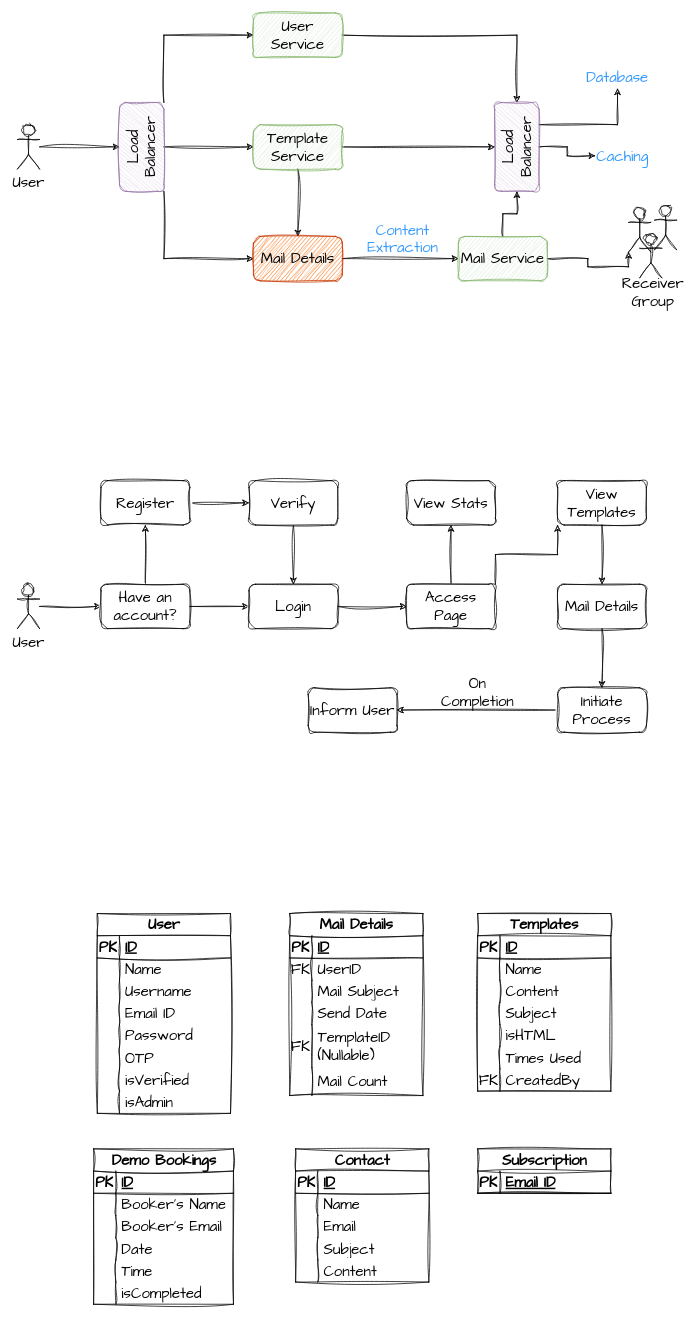
Above: design assets/Mail Flock.drawio in gagan-gv/mail-flock (draw.io), before the change. Source tidied: cells renumbered, new cells numbered last; positions are measured from the earlier drawing's top-left corner, leaving out a move shared by most shapes. Both pictures are drawn from the tidied source at 74%, with x=0, y=0 at pixel (17, 13).
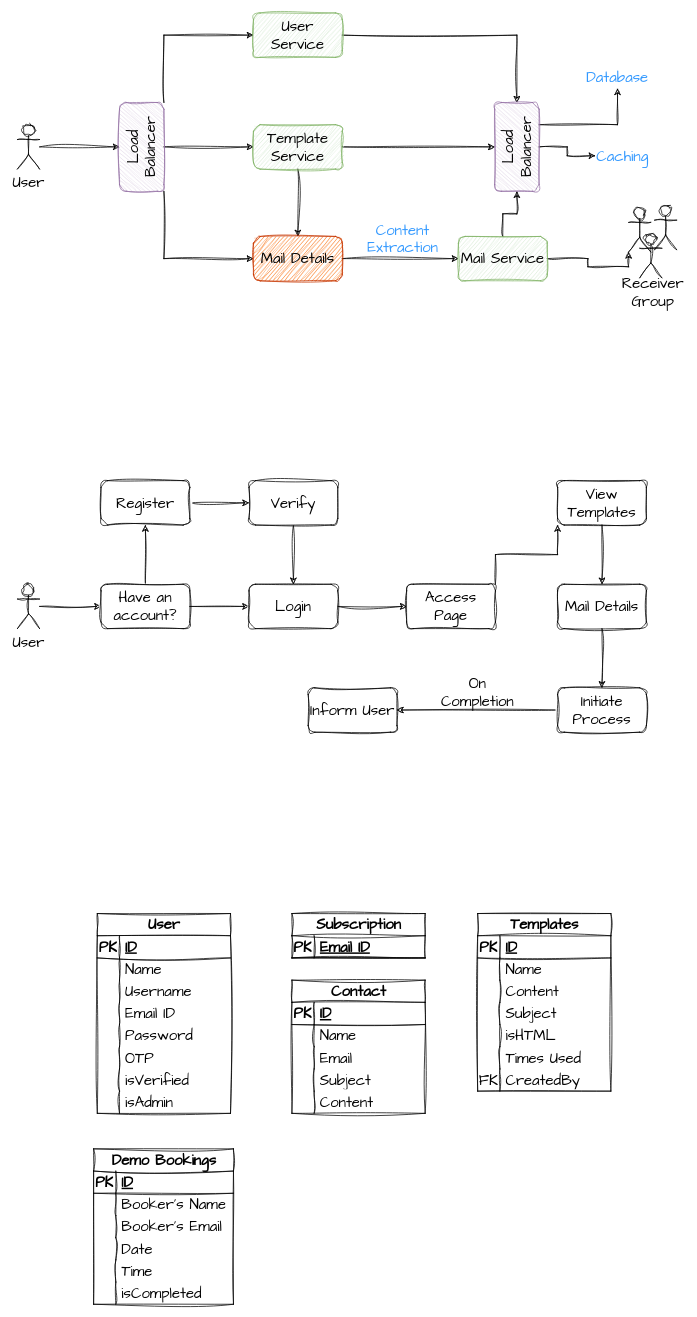
After the change.

Commit message (it also covers changes not shown here):
36. Updated design asset & endpoint details

The change refers to these unchanged cells:
```xml
<mxCell id="37" value="Access Page" style="rounded=1;whiteSpace=wrap;html=1;sketch=1;hachureGap=4;jiggle=2;curveFitting=1;fontFamily=Architects Daughter;fontSize=20;" parent="1" vertex="1">
  <mxGeometry x="526" y="772" width="120" height="60" as="geometry" />
</mxCell>
```

Change to the diagram source:
```diff
@@
-    <mxCell id="35" style="edgeStyle=orthogonalEdgeStyle;rounded=0;sketch=1;hachureGap=4;jiggle=2;curveFitting=1;jettySize=auto;html=1;fontFamily=Architects Daughter;fontSize=16;" parent="1" edge="1" source="37" target="38">
-      <mxGeometry relative="1" as="geometry" />
-    </mxCell>
@@
-    <mxCell id="38" value="View Stats" style="whiteSpace=wrap;html=1;fontSize=20;fontFamily=Architects Daughter;rounded=1;sketch=1;hachureGap=4;jiggle=2;curveFitting=1;" parent="1" vertex="1">
-      <mxGeometry x="526" y="632" width="120" height="60" as="geometry" />
-    </mxCell>
@@
-    <mxCell id="72" value="Mail Details" style="shape=table;startSize=30;childLayout=tableLayout;rowLines=0;fontStyle=1;align=center;html=1;sketch=1;hachureGap=4;jiggle=2;curveFitting=1;fontFamily=Architects Daughter;fontSize=20;" parent="1" vertex="1">
-      <mxGeometry x="368" y="1217" width="180" height="246" as="geometry" />
-    </mxCell>
-    <mxCell id="73" style="shape=tableRow;horizontal=0;startSize=0;swimlaneHead=0;swimlaneBody=0;fillColor=none;top=0;left=0;right=0;bottom=1;sketch=1;hachureGap=4;jiggle=2;curveFitting=1;fontFamily=Architects Daughter;fontSize=20;" parent="72" vertex="1">
-      <mxGeometry y="30" width="180" height="30" as="geometry" />
-    </mxCell>
-    <mxCell id="74" value="PK" style="shape=partialRectangle;fillColor=none;top=0;left=0;bottom=0;right=0;fontStyle=1;overflow=hidden;whiteSpace=wrap;html=1;sketch=1;hachureGap=4;jiggle=2;curveFitting=1;fontFamily=Architects Daughter;fontSize=20;" parent="73" vertex="1">
-      <mxGeometry width="30" height="30" as="geometry" />
-    </mxCell>
-    <mxCell id="75" value="ID" style="shape=partialRectangle;fillColor=none;top=0;left=0;bottom=0;right=0;align=left;spacingLeft=6;fontStyle=5;overflow=hidden;whiteSpace=wrap;html=1;sketch=1;hachureGap=4;jiggle=2;curveFitting=1;fontFamily=Architects Daughter;fontSize=20;" parent="73" vertex="1">
-      <mxGeometry x="30" width="150" height="30" as="geometry" />
-    </mxCell>
-    <mxCell id="76" style="shape=tableRow;horizontal=0;startSize=0;swimlaneHead=0;swimlaneBody=0;fillColor=none;top=0;left=0;right=0;bottom=0;sketch=1;hachureGap=4;jiggle=2;curveFitting=1;fontFamily=Architects Daughter;fontSize=20;" parent="72" vertex="1">
-      <mxGeometry y="60" width="180" height="30" as="geometry" />
-    </mxCell>
-    <mxCell id="77" value="FK" style="shape=partialRectangle;fillColor=none;top=0;left=0;bottom=0;right=0;overflow=hidden;whiteSpace=wrap;html=1;sketch=1;hachureGap=4;jiggle=2;curveFitting=1;fontFamily=Architects Daughter;fontSize=20;" parent="76" vertex="1">
-      <mxGeometry width="30" height="30" as="geometry" />
-    </mxCell>
-    <mxCell id="78" value="UserID" style="shape=partialRectangle;fillColor=none;top=0;left=0;bottom=0;right=0;align=left;spacingLeft=6;overflow=hidden;whiteSpace=wrap;html=1;sketch=1;hachureGap=4;jiggle=2;curveFitting=1;fontFamily=Architects Daughter;fontSize=20;" parent="76" vertex="1">
-      <mxGeometry x="30" width="150" height="30" as="geometry" />
-    </mxCell>
-    <mxCell id="79" style="shape=tableRow;horizontal=0;startSize=0;swimlaneHead=0;swimlaneBody=0;fillColor=none;top=0;left=0;right=0;bottom=0;sketch=1;hachureGap=4;jiggle=2;curveFitting=1;fontFamily=Architects Daughter;fontSize=20;" parent="72" vertex="1">
-      <mxGeometry y="90" width="180" height="30" as="geometry" />
-    </mxCell>
-    <mxCell id="80" style="shape=partialRectangle;fillColor=none;top=0;left=0;bottom=0;right=0;overflow=hidden;whiteSpace=wrap;html=1;sketch=1;hachureGap=4;jiggle=2;curveFitting=1;fontFamily=Architects Daughter;fontSize=20;" parent="79" vertex="1">
-      <mxGeometry width="30" height="30" as="geometry" />
-    </mxCell>
-    <mxCell id="81" value="Mail Subject" style="shape=partialRectangle;fillColor=none;top=0;left=0;bottom=0;right=0;align=left;spacingLeft=6;overflow=hidden;whiteSpace=wrap;html=1;sketch=1;hachureGap=4;jiggle=2;curveFitting=1;fontFamily=Architects Daughter;fontSize=20;" parent="79" vertex="1">
-      <mxGeometry x="30" width="150" height="30" as="geometry" />
-    </mxCell>
-    <mxCell id="82" style="shape=tableRow;horizontal=0;startSize=0;swimlaneHead=0;swimlaneBody=0;fillColor=none;top=0;left=0;right=0;bottom=0;sketch=1;hachureGap=4;jiggle=2;curveFitting=1;fontFamily=Architects Daughter;fontSize=20;" parent="72" vertex="1">
-      <mxGeometry y="120" width="180" height="30" as="geometry" />
-    </mxCell>
-    <mxCell id="83" style="shape=partialRectangle;fillColor=none;top=0;left=0;bottom=0;right=0;overflow=hidden;whiteSpace=wrap;html=1;sketch=1;hachureGap=4;jiggle=2;curveFitting=1;fontFamily=Architects Daughter;fontSize=20;" parent="82" vertex="1">
-      <mxGeometry width="30" height="30" as="geometry" />
-    </mxCell>
-    <mxCell id="84" value="Send Date" style="shape=partialRectangle;fillColor=none;top=0;left=0;bottom=0;right=0;align=left;spacingLeft=6;overflow=hidden;whiteSpace=wrap;html=1;sketch=1;hachureGap=4;jiggle=2;curveFitting=1;fontFamily=Architects Daughter;fontSize=20;" parent="82" vertex="1">
-      <mxGeometry x="30" width="150" height="30" as="geometry" />
-    </mxCell>
-    <mxCell id="85" style="shape=tableRow;horizontal=0;startSize=0;swimlaneHead=0;swimlaneBody=0;fillColor=none;top=0;left=0;right=0;bottom=0;sketch=1;hachureGap=4;jiggle=2;curveFitting=1;fontFamily=Architects Daughter;fontSize=20;" parent="72" vertex="1">
-      <mxGeometry y="150" width="180" height="58" as="geometry" />
-    </mxCell>
-    <mxCell id="86" value="FK" style="shape=partialRectangle;fillColor=none;top=0;left=0;bottom=0;right=0;overflow=hidden;whiteSpace=wrap;html=1;sketch=1;hachureGap=4;jiggle=2;curveFitting=1;fontFamily=Architects Daughter;fontSize=20;" parent="85" vertex="1">
-      <mxGeometry width="30" height="58" as="geometry" />
-    </mxCell>
-    <mxCell id="87" value="TemplateID (Nullable)" style="shape=partialRectangle;fillColor=none;top=0;left=0;bottom=0;right=0;align=left;spacingLeft=6;overflow=hidden;whiteSpace=wrap;html=1;sketch=1;hachureGap=4;jiggle=2;curveFitting=1;fontFamily=Architects Daughter;fontSize=20;" parent="85" vertex="1">
-      <mxGeometry x="30" width="150" height="58" as="geometry" />
-    </mxCell>
-    <mxCell id="88" style="shape=tableRow;horizontal=0;startSize=0;swimlaneHead=0;swimlaneBody=0;fillColor=none;top=0;left=0;right=0;bottom=0;sketch=1;hachureGap=4;jiggle=2;curveFitting=1;fontFamily=Architects Daughter;fontSize=20;" parent="72" vertex="1">
-      <mxGeometry y="208" width="180" height="38" as="geometry" />
-    </mxCell>
-    <mxCell id="89" style="shape=partialRectangle;fillColor=none;top=0;left=0;bottom=0;right=0;overflow=hidden;whiteSpace=wrap;html=1;sketch=1;hachureGap=4;jiggle=2;curveFitting=1;fontFamily=Architects Daughter;fontSize=20;" parent="88" vertex="1">
-      <mxGeometry width="30" height="38" as="geometry" />
-    </mxCell>
-    <mxCell id="90" value="Mail Count" style="shape=partialRectangle;fillColor=none;top=0;left=0;bottom=0;right=0;align=left;spacingLeft=6;overflow=hidden;whiteSpace=wrap;html=1;sketch=1;hachureGap=4;jiggle=2;curveFitting=1;fontFamily=Architects Daughter;fontSize=20;" parent="88" vertex="1">
-      <mxGeometry x="30" width="150" height="38" as="geometry" />
-    </mxCell>
@@
     <mxCell id="137" value="Contact" style="shape=table;startSize=30;childLayout=tableLayout;rowLines=0;fontStyle=1;align=center;html=1;sketch=1;hachureGap=4;jiggle=2;curveFitting=1;fontFamily=Architects Daughter;fontSize=20;" parent="1" vertex="1">
-      <mxGeometry x="376" y="1535" width="180" height="180" as="geometry" />
+      <mxGeometry x="371" y="1307" width="180" height="180" as="geometry" />
     </mxCell>
@@
     <mxCell id="153" value="Subscription" style="shape=table;startSize=30;childLayout=tableLayout;rowLines=0;fontStyle=1;align=center;html=1;sketch=1;hachureGap=4;jiggle=2;curveFitting=1;fontFamily=Architects Daughter;fontSize=20;" parent="1" vertex="1">
-      <mxGeometry x="622" y="1535" width="180" height="60" as="geometry" />
+      <mxGeometry x="371" y="1217" width="180" height="60" as="geometry" />
     </mxCell>
```
